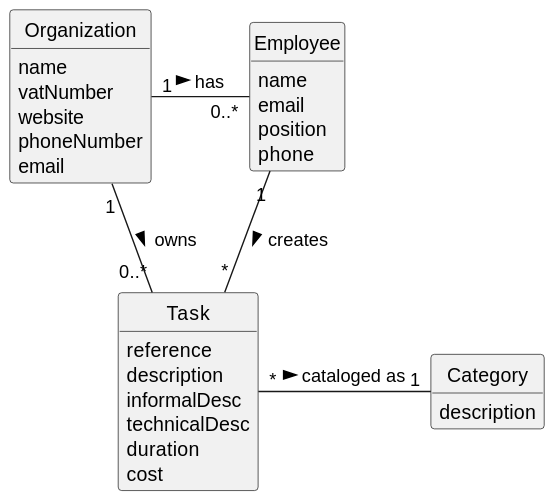
Before: docs/sprintA/us002/02.analysis/svg/us002-domain-model.svg, a diagram exported from PlantUML (Mendoncaa/LAPR2). The source it was exported from:
```plantuml
@startuml
skinparam monochrome true
skinparam packageStyle rectangle
skinparam shadowing false


skinparam classAttributeIconSize 0

hide circle
hide methods



class Organization {
    name
    vatNumber
    website
    phoneNumber
    email
}

class Task {
    reference
    description
    informalDesc
    technicalDesc
    duration
    cost
}

class Category {
    description
}

class Employee {
    name
    email
    position
    phone
}


Organization "1" - "0..*" Employee : has >
Organization "1" - "0..*" Task: owns >
Employee "1" -- "*" Task : creates >
Task "*" - "1" Category: cataloged as >
@enduml
```
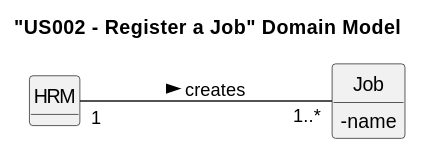
After the change.

Change to the diagram source:
```diff
@@ -9,39 +9,16 @@
 hide circle
 hide methods
 
+left to right direction
 
+title "US002 - Register a Job" Domain Model
 
-class Organization {
-    name
-    vatNumber
-    website
-    phoneNumber
-    email
+class HRM {
 }
 
-class Task {
-    reference
-    description
-    informalDesc
-    technicalDesc
-    duration
-    cost
+class Job {
+  - name
 }
 
-class Category {
-    description
-}
-
-class Employee {
-    name
-    email
-    position
-    phone
-}
-
-
-Organization "1" - "0..*" Employee : has >
-Organization "1" - "0..*" Task: owns >
-Employee "1" -- "*" Task : creates >
-Task "*" - "1" Category: cataloged as >
+HRM "1"---"1..*" Job : creates >
 @enduml
```
